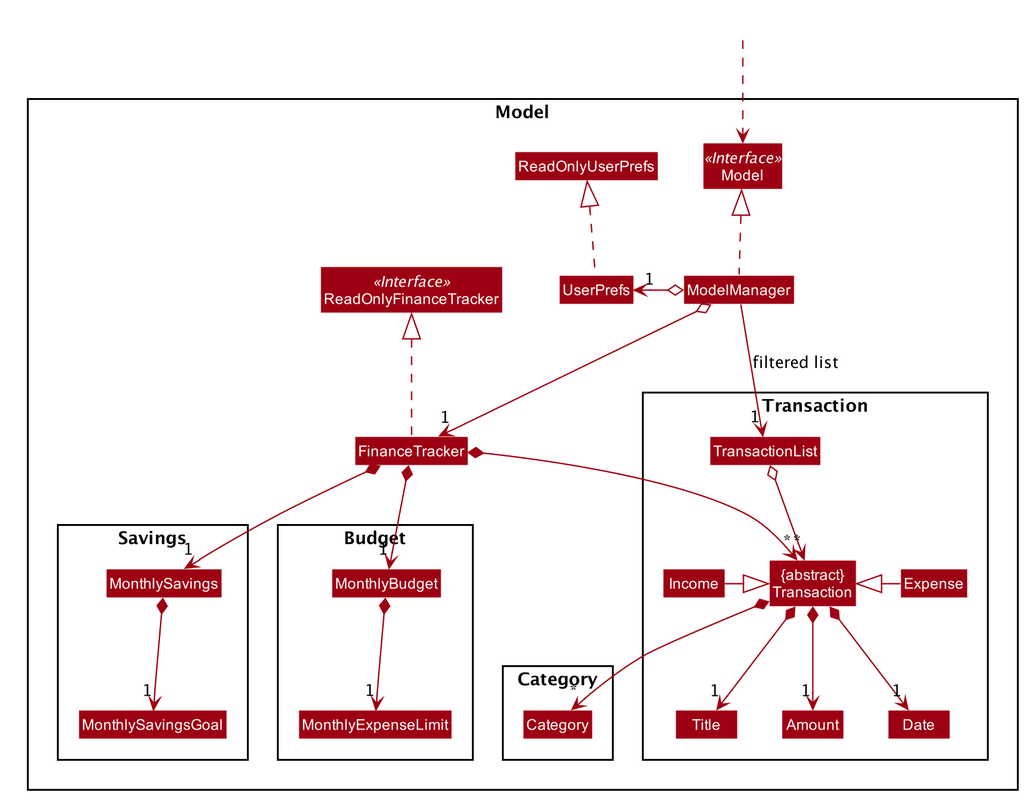
Before: images/ModelClassDiagram.png, a diagram exported from PlantUML (ianyong/tp).
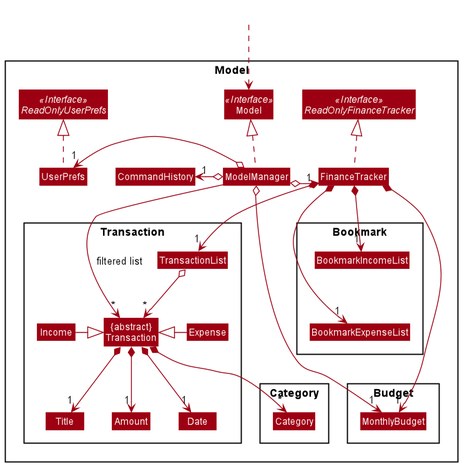
After the change.

Change to the diagram source:
```diff
@@ -1,65 +1,18 @@
 @startuml
-
-
-
-
-
-
-
-
-skinparam BackgroundColor #FFFFFFF
-
-skinparam Shadowing false
-
-skinparam Class {
-    FontColor #FFFFFF
-    BorderThickness 1
-    BorderColor #FFFFFF
-    StereotypeFontColor #FFFFFF
-    FontName Arial
-}
-
-skinparam Actor {
-    BorderColor #000000
-    Color #000000
-    FontName Arial
-}
-
-skinparam Sequence {
-    MessageAlign center
-    BoxFontSize 15
-    BoxPadding 0
-    BoxFontColor #FFFFFF
-    FontName Arial
-}
-
-skinparam Participant {
-    FontColor #FFFFFFF
-    Padding 20
-}
-
-skinparam MinClassWidth 50
-skinparam ParticipantPadding 10
-skinparam Shadowing false
-skinparam DefaultTextAlignment center
-skinparam packageStyle Rectangle
-
-hide footbox
-hide members
-hide circle
+!include style.puml
 skinparam arrowThickness 1.1
-skinparam arrowColor #9D0012
-skinparam classBackgroundColor #9D0012
+skinparam arrowColor MODEL_COLOR
+skinparam classBackgroundColor MODEL_COLOR
 
 Package Model <<Rectangle>>{
 Interface ReadOnlyFinanceTracker <<Interface>>
 Interface Model <<Interface>>
+Interface ReadOnlyUserPrefs <<Interface>>
 Class FinanceTracker
-Class ReadOnlyFinanceTracker
 Class Model
 Class ModelManager
 Class UserPrefs
-Class ReadOnlyUserPrefs
+class CommandHistory
 
 Package Transaction {
 Class "{abstract}\nTransaction" as Transaction
@@ -77,12 +30,11 @@
 
 Package Budget {
 Class MonthlyBudget
-Class MonthlyExpenseLimit
 }
 
-Package Savings {
-Class MonthlySavings
-Class MonthlySavingsGoal
+Package Bookmark {
+Class BookmarkExpenseList
+Class BookmarkIncomeList
 }
 }
 
@@ -93,10 +45,11 @@
 
 ModelManager .up.|> Model
 ModelManager o--> "1" FinanceTracker
+ModelManager o-left-> "1" CommandHistory
 ModelManager o-left-> "1" UserPrefs
 UserPrefs .up.|> ReadOnlyUserPrefs
 
-FinanceTracker *--> "*" Transaction
+FinanceTracker *--> "1" TransactionList
 TransactionList o--> "*" Transaction
 Expense -left-|> Transaction
 Income -right-|> Transaction
@@ -105,13 +58,17 @@
 Transaction *--> "1" Date
 Transaction *--> "*" Category
 
-FinanceTracker *--> "1" MonthlySavings
-MonthlySavings *--> "1" MonthlySavingsGoal
+FinanceTracker *--> "1" BookmarkExpenseList
+FinanceTracker *--> "1" BookmarkIncomeList
+
 FinanceTracker *--> "1" MonthlyBudget
-MonthlyBudget *--> "1" MonthlyExpenseLimit
 
-Title -[hidden]right-> Amount
-Amount -[hidden]right-> Date
+TransactionList -[hidden]right-> BookmarkExpenseList
+BookmarkIncomeList -[hidden]down-> BookmarkExpenseList
+BookmarkExpenseList -[hidden]down-> MonthlyBudget
+ModelManager -[hidden]right-> FinanceTracker
 
-ModelManager -->"1" TransactionList : filtered list
+ModelManager --> "*" Transaction : filtered list
+ModelManager o--> "1" MonthlyBudget
+
 @enduml
```
